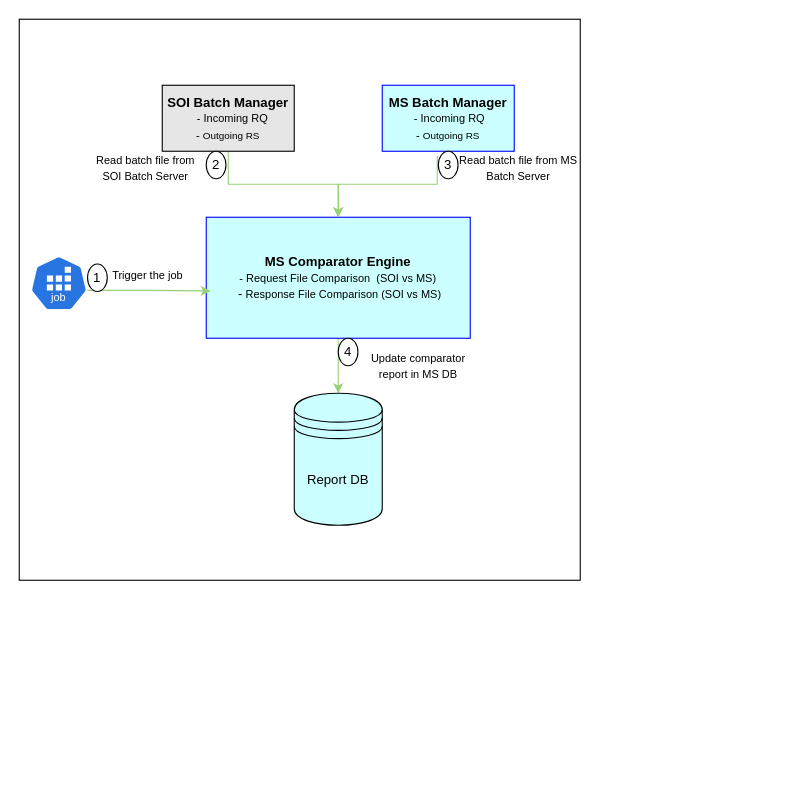
Before: archtecture_diagram/Batch_File_Arch.drawio in vigneswaran-svm/tibco_architecture, a draw.io diagram. Source tidied: cells renumbered, new cells numbered last; positions are measured from the earlier drawing's top-left corner, leaving out a move shared by most shapes. Both pictures are drawn from the tidied source at 110%, with x=0, y=0 at pixel (19, 19).
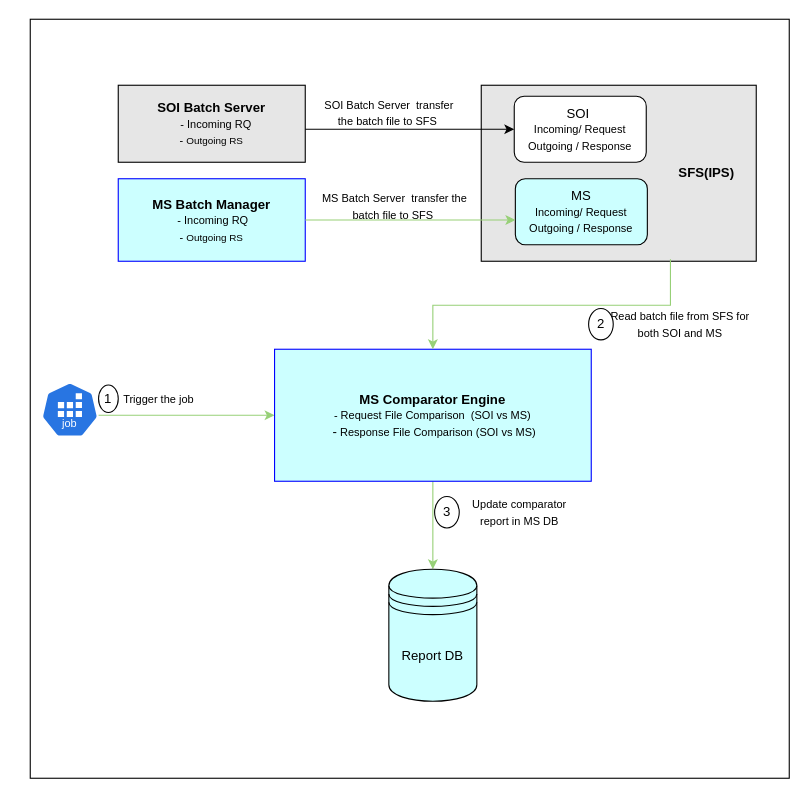
The same diagram, later.

The edit, as a diff of the source:
```diff
@@
     <mxCell id="2" style="whiteSpace=wrap;html=1;" parent="1" vertex="1">
-      <mxGeometry width="510" height="510" as="geometry" />
+      <mxGeometry x="10" width="690" height="690" as="geometry" />
     </mxCell>
+    <mxCell id="20" style="edgeStyle=orthogonalEdgeStyle;rounded=0;jettySize=auto;html=1;strokeColor=#97D077;" parent="1" edge="1" source="3">
+      <mxGeometry relative="1" as="geometry">
+        <mxPoint x="232.1" y="360" as="targetPoint" />
+        <Array as="points">
+          <mxPoint x="140" y="360" />
+          <mxPoint x="140" y="360" />
+        </Array>
+      </mxGeometry>
+    </mxCell>
     <mxCell id="3" style="sketch=0;html=1;dashed=0;whitespace=wrap;verticalLabelPosition=bottom;verticalAlign=top;fillColor=#2875E2;strokeColor=#ffffff;points=[[0.005,0.63,0],[0.1,0.2,0],[0.9,0.2,0],[0.5,0,0],[0.995,0.63,0],[0.72,0.99,0],[0.5,1,0],[0.28,0.99,0]];shape=mxgraph.kubernetes.icon2;kubernetesLabel=1;prIcon=job;" parent="1" vertex="1">
-      <mxGeometry x="10" y="215" width="52.1" height="50" as="geometry" />
+      <mxGeometry x="20" y="330" width="52.1" height="50" as="geometry" />
     </mxCell>
-    <mxCell id="4" style="edgeStyle=orthogonalEdgeStyle;rounded=0;jettySize=auto;html=1;exitX=0.5;exitY=1;exitDx=0;exitDy=0;entryX=0.5;entryY=0;entryDx=0;entryDy=0;strokeColor=#97D077;" parent="1" edge="1" source="5" target="8">
-      <mxGeometry relative="1" as="geometry" />
-    </mxCell>
-    <mxCell id="5" value="&lt;b&gt;SOI Batch Manager&lt;/b&gt;&lt;div style=&quot;&quot;&gt;&lt;font size=&quot;1&quot;&gt;&amp;nbsp; &amp;nbsp;- Incoming RQ&lt;/font&gt;&lt;/div&gt;&lt;div style=&quot;&quot;&gt;&lt;font size=&quot;1&quot;&gt;-&amp;nbsp;&lt;/font&gt;&lt;span style=&quot;font-size: 9px;&quot;&gt;Outgoing RS&lt;/span&gt;&lt;/div&gt;" style="whiteSpace=wrap;html=1;strokeColor=#000000;fillColor=#E6E6E6;" parent="1" vertex="1">
-      <mxGeometry x="130" y="60" width="120" height="60" as="geometry" />
+    <mxCell id="5" value="&lt;b&gt;SOI Batch Server&lt;/b&gt;&lt;div style=&quot;&quot;&gt;&lt;font size=&quot;1&quot;&gt;&amp;nbsp; &amp;nbsp;- Incoming RQ&lt;/font&gt;&lt;/div&gt;&lt;div style=&quot;&quot;&gt;&lt;font size=&quot;1&quot;&gt;-&amp;nbsp;&lt;/font&gt;&lt;span style=&quot;font-size: 9px;&quot;&gt;Outgoing RS&lt;/span&gt;&lt;/div&gt;" style="whiteSpace=wrap;html=1;strokeColor=#000000;fillColor=#E6E6E6;" parent="1" vertex="1">
+      <mxGeometry x="90" y="60" width="170" height="70" as="geometry" />
     </mxCell>
     <mxCell id="6" value="&lt;b&gt;MS Batch Manager&lt;/b&gt;&lt;div&gt;&lt;div&gt;&lt;font size=&quot;1&quot;&gt;&amp;nbsp;- Incoming RQ&lt;/font&gt;&lt;/div&gt;&lt;div&gt;&lt;font size=&quot;1&quot;&gt;-&amp;nbsp;&lt;/font&gt;&lt;span style=&quot;font-size: 9px;&quot;&gt;Outgoing RS&lt;/span&gt;&lt;/div&gt;&lt;/div&gt;" style="whiteSpace=wrap;html=1;fillColor=#CCFFFF;strokeColor=#0000FF;" parent="1" vertex="1">
-      <mxGeometry x="330" y="60" width="120" height="60" as="geometry" />
+      <mxGeometry x="90" y="145" width="170" height="75" as="geometry" />
     </mxCell>
@@
     <mxCell id="8" value="&lt;b&gt;MS Comparator Engine&lt;/b&gt;&lt;div&gt;&lt;font style=&quot;font-size: 10px;&quot;&gt;- Request File Comparison &amp;nbsp;(SOI vs MS)&lt;/font&gt;&lt;/div&gt;&lt;div&gt;&amp;nbsp;-&lt;font style=&quot;font-size: 10px;&quot;&gt; Response File Comparison (SOI vs MS)&lt;/font&gt;&lt;/div&gt;" style="whiteSpace=wrap;html=1;fillColor=#CCFFFF;strokeColor=#0000FF;" parent="1" vertex="1">
-      <mxGeometry x="170" y="180" width="240" height="110" as="geometry" />
+      <mxGeometry x="232.1" y="300" width="287.9" height="120" as="geometry" />
     </mxCell>
     <mxCell id="9" value="Report DB" style="shape=datastore;whiteSpace=wrap;html=1;fillColor=#CCFFFF;" parent="1" vertex="1">
-      <mxGeometry x="250" y="340" width="80" height="120" as="geometry" />
+      <mxGeometry x="336" y="500" width="80" height="120" as="geometry" />
     </mxCell>
-    <mxCell id="10" style="edgeStyle=orthogonalEdgeStyle;rounded=0;jettySize=auto;html=1;exitX=0.995;exitY=0.63;exitDx=0;exitDy=0;exitPerimeter=0;entryX=0.017;entryY=0.609;entryDx=0;entryDy=0;entryPerimeter=0;strokeColor=#97D077;" parent="1" edge="1" source="3" target="8">
-      <mxGeometry relative="1" as="geometry" />
-    </mxCell>
-    <mxCell id="11" style="edgeStyle=orthogonalEdgeStyle;rounded=0;jettySize=auto;html=1;entryX=0.5;entryY=0;entryDx=0;entryDy=0;exitX=0.417;exitY=1.067;exitDx=0;exitDy=0;exitPerimeter=0;strokeColor=#97D077;" parent="1" edge="1" source="6" target="8">
-      <mxGeometry relative="1" as="geometry">
-        <Array as="points">
-          <mxPoint x="380" y="150" />
-          <mxPoint x="290" y="150" />
-        </Array>
-      </mxGeometry>
-    </mxCell>
     <mxCell id="12" value="1" style="ellipse;whiteSpace=wrap;html=1;" parent="1" vertex="1">
-      <mxGeometry x="62.1" y="222.5" width="17.9" height="25" as="geometry" />
+      <mxGeometry x="72.1" y="332.5" width="17.9" height="25" as="geometry" />
     </mxCell>
+    <mxCell id="16" value="&lt;font style=&quot;font-size: 10px;&quot;&gt;SOI Batch Server &amp;nbsp;transfer the batch file to SFS&amp;nbsp;&lt;/font&gt;" style="text;html=1;whiteSpace=wrap;strokeColor=none;fillColor=none;align=center;verticalAlign=middle;rounded=0;" parent="1" vertex="1">
+      <mxGeometry x="273" y="70" width="127" height="30" as="geometry" />
+    </mxCell>
+    <mxCell id="18" value="&lt;font style=&quot;font-size: 10px;&quot;&gt;Update comparator report in MS DB&lt;/font&gt;" style="text;html=1;whiteSpace=wrap;strokeColor=none;fillColor=none;align=center;verticalAlign=middle;rounded=0;" parent="1" vertex="1">
+      <mxGeometry x="400" y="432.5" width="110" height="30" as="geometry" />
+    </mxCell>
+    <mxCell id="19" value="&lt;font size=&quot;1&quot;&gt;Trigger the job&lt;/font&gt;" style="text;html=1;whiteSpace=wrap;strokeColor=none;fillColor=none;align=center;verticalAlign=middle;rounded=0;" parent="1" vertex="1">
+      <mxGeometry x="72.1" y="330" width="110" height="30" as="geometry" />
+    </mxCell>
+    <mxCell id="21" style="group;" parent="1" vertex="1">
+      <mxGeometry x="420" y="60" width="250" height="160" as="geometry" />
+    </mxCell>
+    <mxCell id="22" value="&lt;div&gt;&lt;b&gt;&lt;br&gt;&lt;/b&gt;&lt;/div&gt;" style="whiteSpace=wrap;html=1;strokeColor=#000000;fillColor=#E6E6E6;" parent="21" vertex="1">
+      <mxGeometry width="250" height="160" as="geometry" />
+    </mxCell>
+    <mxCell id="23" value="SOI&amp;nbsp;&lt;div&gt;&lt;div&gt;&lt;font style=&quot;font-size: 10px;&quot;&gt;Incoming/ Request&lt;/font&gt;&lt;/div&gt;&lt;div&gt;&lt;font style=&quot;font-size: 10px;&quot;&gt;Outgoing / Response&lt;/font&gt;&lt;/div&gt;&lt;/div&gt;" style="rounded=1;whiteSpace=wrap;html=1;" parent="21" vertex="1">
+      <mxGeometry x="30" y="10" width="120" height="60" as="geometry" />
+    </mxCell>
+    <mxCell id="24" value="MS&lt;div&gt;&lt;font style=&quot;font-size: 10px;&quot;&gt;Incoming/ Request&lt;/font&gt;&lt;/div&gt;&lt;div&gt;&lt;font style=&quot;font-size: 10px;&quot;&gt;Outgoing / Response&lt;/font&gt;&lt;/div&gt;" style="rounded=1;whiteSpace=wrap;html=1;fillColor=#CCFFFF;" parent="21" vertex="1">
+      <mxGeometry x="31" y="85" width="120" height="60" as="geometry" />
+    </mxCell>
+    <mxCell id="25" value="&lt;b&gt;SFS(IPS)&lt;/b&gt;" style="text;html=1;whiteSpace=wrap;strokeColor=none;fillColor=none;align=center;verticalAlign=middle;rounded=0;" parent="21" vertex="1">
+      <mxGeometry x="175" y="65" width="60" height="30" as="geometry" />
+    </mxCell>
+    <mxCell id="26" value="&lt;font style=&quot;font-size: 10px;&quot;&gt;MS Batch Server &amp;nbsp;transfer the batch file to SFS&amp;nbsp;&lt;/font&gt;" style="text;html=1;whiteSpace=wrap;strokeColor=none;fillColor=none;align=center;verticalAlign=middle;rounded=0;" parent="1" vertex="1">
+      <mxGeometry x="273" y="150" width="137" height="40" as="geometry" />
+    </mxCell>
+    <mxCell id="27" style="edgeStyle=orthogonalEdgeStyle;rounded=0;jettySize=auto;html=1;strokeColor=#97D077;" parent="1" edge="1" source="6" target="24">
+      <mxGeometry relative="1" as="geometry">
+        <Array as="points">
+          <mxPoint x="340" y="183" />
+          <mxPoint x="340" y="183" />
+        </Array>
+      </mxGeometry>
+    </mxCell>
+    <mxCell id="28" style="edgeStyle=orthogonalEdgeStyle;rounded=0;jettySize=auto;html=1;entryX=0;entryY=0.5;entryDx=0;entryDy=0;" parent="1" edge="1" source="5" target="23">
+      <mxGeometry relative="1" as="geometry">
+        <Array as="points">
+          <mxPoint x="280" y="100" />
+          <mxPoint x="280" y="100" />
+        </Array>
+      </mxGeometry>
+    </mxCell>
+    <mxCell id="29" style="edgeStyle=orthogonalEdgeStyle;rounded=0;jettySize=auto;html=1;strokeColor=#97D077;exitX=0.688;exitY=0.988;exitDx=0;exitDy=0;exitPerimeter=0;" parent="1" edge="1" source="22" target="8">
+      <mxGeometry relative="1" as="geometry" />
+    </mxCell>
+    <mxCell id="30" style="group;" parent="1" vertex="1">
+      <mxGeometry x="510" y="260" width="160" height="40" as="geometry" />
+    </mxCell>
+    <mxCell id="17" value="&lt;font style=&quot;font-size: 10px;&quot;&gt;Read batch file from SFS for both SOI and MS&lt;/font&gt;" style="text;html=1;whiteSpace=wrap;strokeColor=none;fillColor=none;align=center;verticalAlign=middle;rounded=0;" parent="30" vertex="1">
+      <mxGeometry x="22.4" width="137.6" height="34.3" as="geometry" />
+    </mxCell>
-    <mxCell id="13" value="2" style="ellipse;whiteSpace=wrap;html=1;" parent="1" vertex="1">
-      <mxGeometry x="170" y="120" width="17.9" height="25" as="geometry" />
+    <mxCell id="13" value="2" style="ellipse;whiteSpace=wrap;html=1;" parent="30" vertex="1">
+      <mxGeometry x="7.6" y="2.9" width="22.4" height="28.6" as="geometry" />
     </mxCell>
     <mxCell id="14" value="3" style="ellipse;whiteSpace=wrap;html=1;" parent="1" vertex="1">
-      <mxGeometry x="381" y="120" width="17.9" height="25" as="geometry" />
+      <mxGeometry x="377.6" y="433.9" width="22.4" height="28.6" as="geometry" />
     </mxCell>
-    <mxCell id="15" value="4" style="ellipse;whiteSpace=wrap;html=1;" parent="1" vertex="1">
-      <mxGeometry x="290" y="290" width="17.9" height="25" as="geometry" />
-    </mxCell>
-    <mxCell id="16" value="&lt;font style=&quot;font-size: 10px;&quot;&gt;Read batch file from SOI Batch Server&lt;/font&gt;" style="text;html=1;whiteSpace=wrap;strokeColor=none;fillColor=none;align=center;verticalAlign=middle;rounded=0;" parent="1" vertex="1">
-      <mxGeometry x="60" y="120" width="110" height="30" as="geometry" />
-    </mxCell>
-    <mxCell id="17" value="&lt;font style=&quot;font-size: 10px;&quot;&gt;Read batch file from MS Batch Server&lt;/font&gt;" style="text;html=1;whiteSpace=wrap;strokeColor=none;fillColor=none;align=center;verticalAlign=middle;rounded=0;" parent="1" vertex="1">
-      <mxGeometry x="399" y="120" width="110" height="30" as="geometry" />
-    </mxCell>
-    <mxCell id="18" value="&lt;font style=&quot;font-size: 10px;&quot;&gt;Update comparator report in MS DB&lt;/font&gt;" style="text;html=1;whiteSpace=wrap;strokeColor=none;fillColor=none;align=center;verticalAlign=middle;rounded=0;" parent="1" vertex="1">
-      <mxGeometry x="307.9" y="300" width="110" height="30" as="geometry" />
-    </mxCell>
-    <mxCell id="19" value="&lt;font size=&quot;1&quot;&gt;Trigger the job&lt;/font&gt;" style="text;html=1;whiteSpace=wrap;strokeColor=none;fillColor=none;align=center;verticalAlign=middle;rounded=0;" parent="1" vertex="1">
-      <mxGeometry x="62.1" y="217.5" width="110" height="30" as="geometry" />
-    </mxCell>
```
